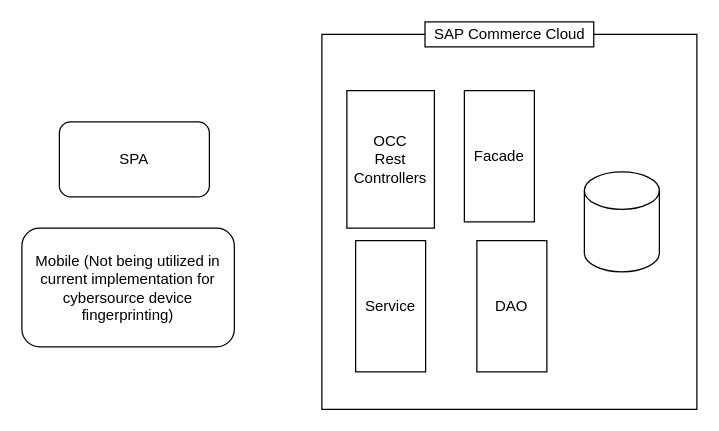
The draw.io diagram src/DeviceFingerprinting.drawio in mtcl/pyramid, before the edit. Source tidied: cells renumbered, new cells numbered last; positions are measured from the earlier drawing's top-left corner, leaving out a move shared by most shapes. Both pictures are drawn from the tidied source at 125%, with x=0, y=0 at pixel (21, 21).
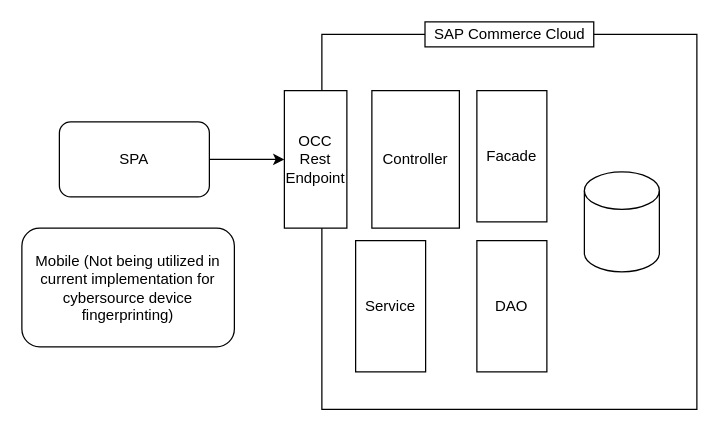
Above is the later version.

The edit, as a diff of the source:
```diff
@@
 <mxGraphModel>
   <root>
     <mxCell id="0" />
     <mxCell id="1" parent="0" />
     <mxCell id="2" value="SPA" style="rounded=1;whiteSpace=wrap;html=1;" parent="1" vertex="1">
       <mxGeometry x="30" y="80" width="120" height="60" as="geometry" />
     </mxCell>
     <mxCell id="3" style="whiteSpace=wrap;html=1;" parent="1" vertex="1">
       <mxGeometry x="240" y="10" width="300" height="300" as="geometry" />
     </mxCell>
     <mxCell id="4" value="SAP Commerce Cloud" style="rounded=0;whiteSpace=wrap;html=1;" parent="1" vertex="1">
       <mxGeometry x="322.5" width="135" height="20" as="geometry" />
     </mxCell>
-    <mxCell id="5" value="OCC&lt;br&gt;Rest Controllers" style="rounded=0;whiteSpace=wrap;html=1;" parent="1" vertex="1">
-      <mxGeometry x="260" y="55" width="70" height="110" as="geometry" />
+    <mxCell id="5" value="OCC&lt;br&gt;Rest Endpoint" style="rounded=0;whiteSpace=wrap;html=1;" parent="1" vertex="1">
+      <mxGeometry x="210" y="55" width="50" height="110" as="geometry" />
     </mxCell>
     <mxCell id="6" style="shape=cylinder3;whiteSpace=wrap;html=1;boundedLbl=1;backgroundOutline=1;size=15;" parent="1" vertex="1">
       <mxGeometry x="450" y="120" width="60" height="80" as="geometry" />
     </mxCell>
     <mxCell id="7" value="Facade" style="rounded=0;whiteSpace=wrap;html=1;" parent="1" vertex="1">
-      <mxGeometry x="354" y="55" width="56" height="105" as="geometry" />
+      <mxGeometry x="364" y="55" width="56" height="105" as="geometry" />
     </mxCell>
     <mxCell id="8" value="Service" style="rounded=0;whiteSpace=wrap;html=1;" parent="1" vertex="1">
       <mxGeometry x="267" y="175" width="56" height="105" as="geometry" />
     </mxCell>
     <mxCell id="9" value="DAO" style="rounded=0;whiteSpace=wrap;html=1;" parent="1" vertex="1">
       <mxGeometry x="364" y="175" width="56" height="105" as="geometry" />
     </mxCell>
     <mxCell id="10" value="Mobile (Not being utilized in current implementation for cybersource device fingerprinting)" style="rounded=1;whiteSpace=wrap;html=1;" parent="1" vertex="1">
       <mxGeometry y="165" width="170" height="95" as="geometry" />
     </mxCell>
+    <mxCell id="11" style="endArrow=classic;html=1;exitX=1;exitY=0.5;exitDx=0;exitDy=0;entryX=0;entryY=0.5;entryDx=0;entryDy=0;" parent="1" edge="1" source="2" target="5">
+      <mxGeometry relative="1" as="geometry" />
+    </mxCell>
+    <mxCell id="12" value="Controller" style="rounded=0;whiteSpace=wrap;html=1;" parent="1" vertex="1">
+      <mxGeometry x="280" y="55" width="70" height="110" as="geometry" />
+    </mxCell>
   </root>
 </mxGraphModel>
```
